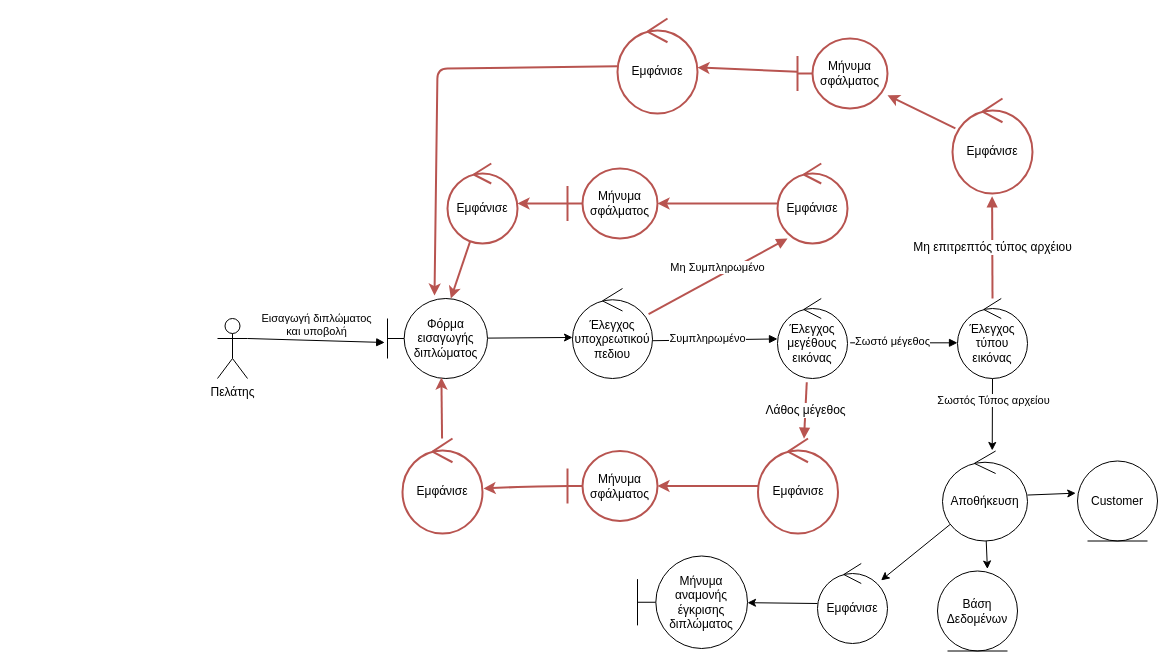
This is Part_2/Robustness/diagrams/04_Εισαγωγή_Διπλώματος_Οδήγησης.drawio from Nikolis2002/texnoligia_logismikou, a draw.io file, before an edit. Source tidied: cells renumbered, new cells numbered last; positions are measured from the earlier drawing's top-left corner, leaving out a move shared by most shapes. Both pictures are drawn from the tidied source at 100%, with x=0, y=0 at pixel (217, 18).
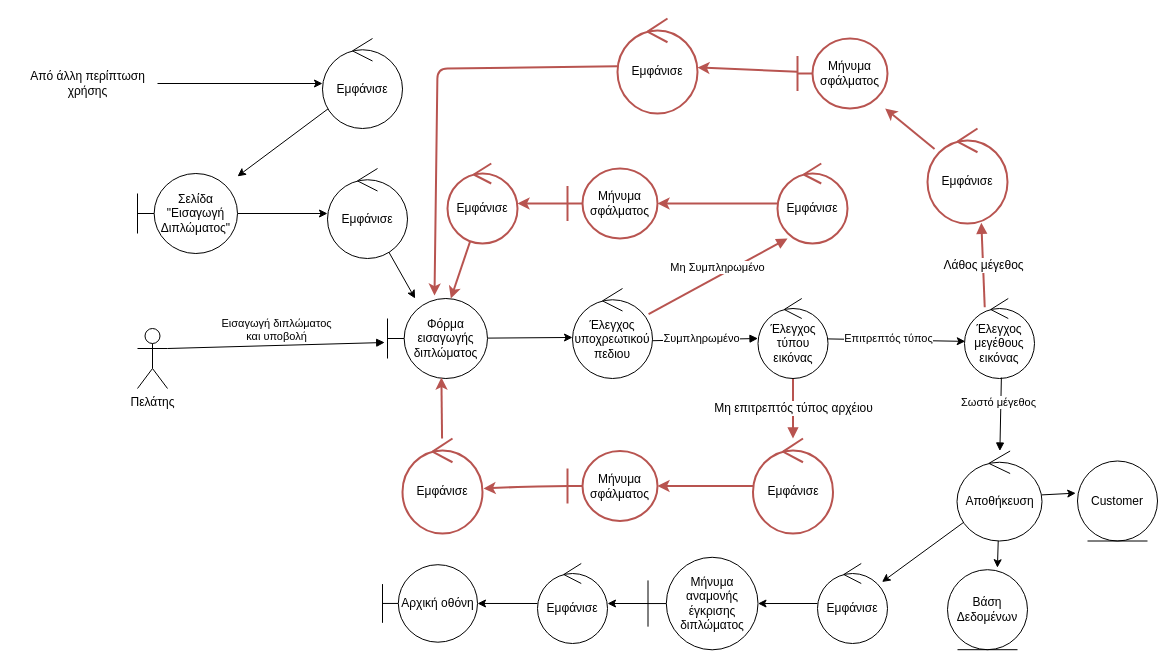
Above is the later version.

Unchanged cells that the change refers to:
```xml
<mxCell id="5" value="Έλεγχος υποχρεωτικού πεδιου" style="ellipse;shape=umlControl;whiteSpace=wrap;html=1;" parent="1" vertex="1">
  <mxGeometry x="355" y="270" width="80" height="90" as="geometry" />
</mxCell>
<mxCell id="22" value="Φόρμα εισαγωγής διπλώματος" style="shape=umlBoundary;whiteSpace=wrap;html=1;" parent="1" vertex="1">
  <mxGeometry x="170" y="280" width="100" height="80" as="geometry" />
</mxCell>
```

Change to the diagram source:
```diff
@@
     <mxCell id="2" value="Πελάτης" style="shape=umlActor;verticalLabelPosition=bottom;verticalAlign=top;html=1;outlineConnect=0;" parent="1" vertex="1">
-      <mxGeometry y="300" width="30" height="60" as="geometry" />
+      <mxGeometry x="-80" y="310" width="30" height="60" as="geometry" />
     </mxCell>
-    <mxCell id="3" style="html=1;verticalAlign=bottom;endArrow=block;curved=0;rounded=0;exitX=1.003;exitY=0.58;exitDx=0;exitDy=0;exitPerimeter=0;" parent="1" edge="1" source="5" target="7">
+    <mxCell id="3" style="html=1;verticalAlign=bottom;endArrow=block;curved=0;rounded=0;exitX=1.003;exitY=0.58;exitDx=0;exitDy=0;exitPerimeter=0;entryX=0;entryY=0.5;entryDx=0;entryDy=0;entryPerimeter=0;" parent="1" edge="1" source="5" target="42">
       <mxGeometry relative="1" as="geometry" />
     </mxCell>
@@
     <mxCell id="7" value="Έλεγχος μεγέθους εικόνας" style="ellipse;shape=umlControl;whiteSpace=wrap;html=1;" parent="1" vertex="1">
-      <mxGeometry x="560" y="280" width="70" height="80" as="geometry" />
+      <mxGeometry x="747" y="280" width="70" height="80" as="geometry" />
     </mxCell>
-    <mxCell id="8" style="html=1;verticalAlign=bottom;endArrow=block;curved=0;rounded=0;exitX=1.038;exitY=0.554;exitDx=0;exitDy=0;exitPerimeter=0;entryX=0;entryY=0.554;entryDx=0;entryDy=0;entryPerimeter=0;" parent="1" edge="1" source="7" target="42">
+    <mxCell id="8" style="html=1;verticalAlign=bottom;endArrow=block;curved=0;rounded=0;exitX=0.527;exitY=0.989;exitDx=0;exitDy=0;exitPerimeter=0;" parent="1" edge="1" source="7" target="13">
       <mxGeometry relative="1" as="geometry" />
     </mxCell>
@@
     <mxCell id="13" value="Αποθήκευση" style="ellipse;shape=umlControl;whiteSpace=wrap;html=1;" parent="1" vertex="1">
-      <mxGeometry x="725" y="432.5" width="85" height="90" as="geometry" />
+      <mxGeometry x="739.5" y="432.5" width="85" height="90" as="geometry" />
     </mxCell>
@@
-    <mxCell id="17" value="Λάθος μέγεθος" style="html=1;verticalAlign=middle;endArrow=block;curved=0;rounded=0;entryX=0.575;entryY=0.002;entryDx=0;entryDy=0;entryPerimeter=0;exitX=0.418;exitY=1.046;exitDx=0;exitDy=0;exitPerimeter=0;fontSize=12;fillColor=none;strokeColor=#b85450;strokeWidth=2;" parent="1" edge="1" source="7" target="29">
+    <mxCell id="17" value="Λάθος μέγεθος" style="html=1;verticalAlign=middle;endArrow=block;curved=0;rounded=0;entryX=0.673;entryY=0.992;entryDx=0;entryDy=0;entryPerimeter=0;exitX=0.289;exitY=0.11;exitDx=0;exitDy=0;exitPerimeter=0;fontSize=12;fillColor=none;strokeColor=#b85450;strokeWidth=2;" parent="1" edge="1" source="7" target="37">
       <mxGeometry relative="1" as="geometry" />
     </mxCell>
@@
-    <mxCell id="20" value="Μη επιτρεπτός τύπος αρχέιου" style="html=1;verticalAlign=middle;endArrow=block;curved=0;rounded=0;entryX=0.495;entryY=1.029;entryDx=0;entryDy=0;entryPerimeter=0;fontSize=12;fillColor=none;strokeColor=#b85450;strokeWidth=2;" parent="1" edge="1" source="42" target="37">
+    <mxCell id="20" value="Μη επιτρεπτός τύπος αρχέιου" style="html=1;verticalAlign=middle;endArrow=block;curved=0;rounded=0;fontSize=12;fillColor=none;strokeColor=#b85450;strokeWidth=2;" parent="1" edge="1" source="42" target="29">
       <mxGeometry relative="1" as="geometry" />
     </mxCell>
@@
+    <mxCell id="45" style="edgeStyle=none;html=1;" parent="1" edge="1" source="23" target="47">
+      <mxGeometry relative="1" as="geometry" />
+    </mxCell>
     <mxCell id="23" value="Μήνυμα αναμονής έγκρισης διπλώματος" style="shape=umlBoundary;whiteSpace=wrap;html=1;" parent="1" vertex="1">
-      <mxGeometry x="420" y="537.5" width="110" height="92.5" as="geometry" />
+      <mxGeometry x="430.5" y="538.8" width="110" height="92.5" as="geometry" />
     </mxCell>
@@
     <mxCell id="29" value="Εμφάνισε" style="ellipse;shape=umlControl;whiteSpace=wrap;html=1;fillColor=none;strokeColor=#b85450;strokeWidth=2;" parent="1" vertex="1">
-      <mxGeometry x="540.5" y="420" width="80" height="95" as="geometry" />
+      <mxGeometry x="535.5" y="420" width="80" height="95" as="geometry" />
     </mxCell>
@@
     <mxCell id="37" value="Εμφάνισε" style="ellipse;shape=umlControl;whiteSpace=wrap;html=1;fillColor=none;strokeColor=#b85450;strokeWidth=2;" parent="1" vertex="1">
-      <mxGeometry x="735" y="80" width="80" height="95" as="geometry" />
+      <mxGeometry x="710" y="110" width="80" height="95" as="geometry" />
     </mxCell>
@@
-    <mxCell id="40" style="edgeStyle=none;html=1;entryX=0.585;entryY=-0.006;entryDx=0;entryDy=0;entryPerimeter=0;strokeWidth=1;" parent="1" edge="1" source="42" target="13">
+    <mxCell id="40" style="edgeStyle=none;html=1;entryX=0.011;entryY=0.536;entryDx=0;entryDy=0;entryPerimeter=0;strokeWidth=1;" parent="1" edge="1" source="42" target="7">
       <mxGeometry relative="1" as="geometry" />
     </mxCell>
-    <mxCell id="41" value="Σωστός Τύπος αρχείου" style="edgeLabel;html=1;align=center;verticalAlign=middle;" parent="40" vertex="1">
-      <mxGeometry x="-0.42" y="1" relative="1" as="geometry" />
+    <mxCell id="41" value="Επιτρεπτός τύπος" style="edgeLabel;html=1;align=center;verticalAlign=middle;" parent="40" vertex="1">
+      <mxGeometry x="-0.42" y="1" relative="1" as="geometry">
+        <mxPoint x="20" y="-1" as="offset" />
+      </mxGeometry>
     </mxCell>
     <mxCell id="42" value="Έλεγχος τύπου εικόνας" style="ellipse;shape=umlControl;whiteSpace=wrap;html=1;" parent="1" vertex="1">
-      <mxGeometry x="740" y="280" width="70" height="80" as="geometry" />
+      <mxGeometry x="540.5" y="280" width="70" height="80" as="geometry" />
     </mxCell>
     <mxCell id="43" value="Βάση Δεδομένων" style="ellipse;shape=umlEntity;whiteSpace=wrap;html=1;strokeWidth=1;fillColor=none;" parent="1" vertex="1">
-      <mxGeometry x="720" y="552.5" width="80" height="80" as="geometry" />
+      <mxGeometry x="730" y="551.2" width="80" height="80" as="geometry" />
     </mxCell>
@@
+    <mxCell id="46" style="edgeStyle=none;html=1;" parent="1" edge="1" source="47" target="48">
+      <mxGeometry relative="1" as="geometry" />
+    </mxCell>
+    <mxCell id="47" value="Εμφάνισε" style="ellipse;shape=umlControl;whiteSpace=wrap;html=1;" parent="1" vertex="1">
+      <mxGeometry x="320" y="545" width="70" height="80" as="geometry" />
+    </mxCell>
+    <mxCell id="48" value="Αρχική οθόνη" style="shape=umlBoundary;whiteSpace=wrap;html=1;" parent="1" vertex="1">
+      <mxGeometry x="165" y="546.2" width="95" height="77.5" as="geometry" />
+    </mxCell>
+    <mxCell id="49" style="edgeStyle=none;html=1;" parent="1" edge="1" source="50" target="54">
+      <mxGeometry relative="1" as="geometry" />
+    </mxCell>
+    <mxCell id="50" value="Σελίδα &quot;Εισαγωγή Διπλώματος&quot;" style="shape=umlBoundary;whiteSpace=wrap;html=1;" parent="1" vertex="1">
+      <mxGeometry x="-80" y="155" width="100" height="80" as="geometry" />
+    </mxCell>
+    <mxCell id="51" style="edgeStyle=none;html=1;" parent="1" edge="1" source="52" target="50">
+      <mxGeometry relative="1" as="geometry" />
+    </mxCell>
+    <mxCell id="52" value="Εμφάνισε" style="ellipse;shape=umlControl;whiteSpace=wrap;html=1;" parent="1" vertex="1">
+      <mxGeometry x="105" y="20" width="80" height="90" as="geometry" />
+    </mxCell>
+    <mxCell id="53" style="edgeStyle=none;html=1;" parent="1" edge="1" source="54" target="22">
+      <mxGeometry relative="1" as="geometry" />
+    </mxCell>
+    <mxCell id="54" value="Εμφάνισε" style="ellipse;shape=umlControl;whiteSpace=wrap;html=1;" parent="1" vertex="1">
+      <mxGeometry x="110" y="150" width="80" height="90" as="geometry" />
+    </mxCell>
+    <mxCell id="55" style="edgeStyle=none;html=1;" parent="1" edge="1" source="56" target="52">
+      <mxGeometry relative="1" as="geometry" />
+    </mxCell>
+    <mxCell id="56" value="Από άλλη περίπτωση&lt;br&gt;χρήσης" style="text;html=1;align=center;verticalAlign=middle;points=[];strokeColor=none;fillColor=none;" parent="1" vertex="1">
+      <mxGeometry x="-200" y="45" width="140" height="40" as="geometry" />
+    </mxCell>
```
